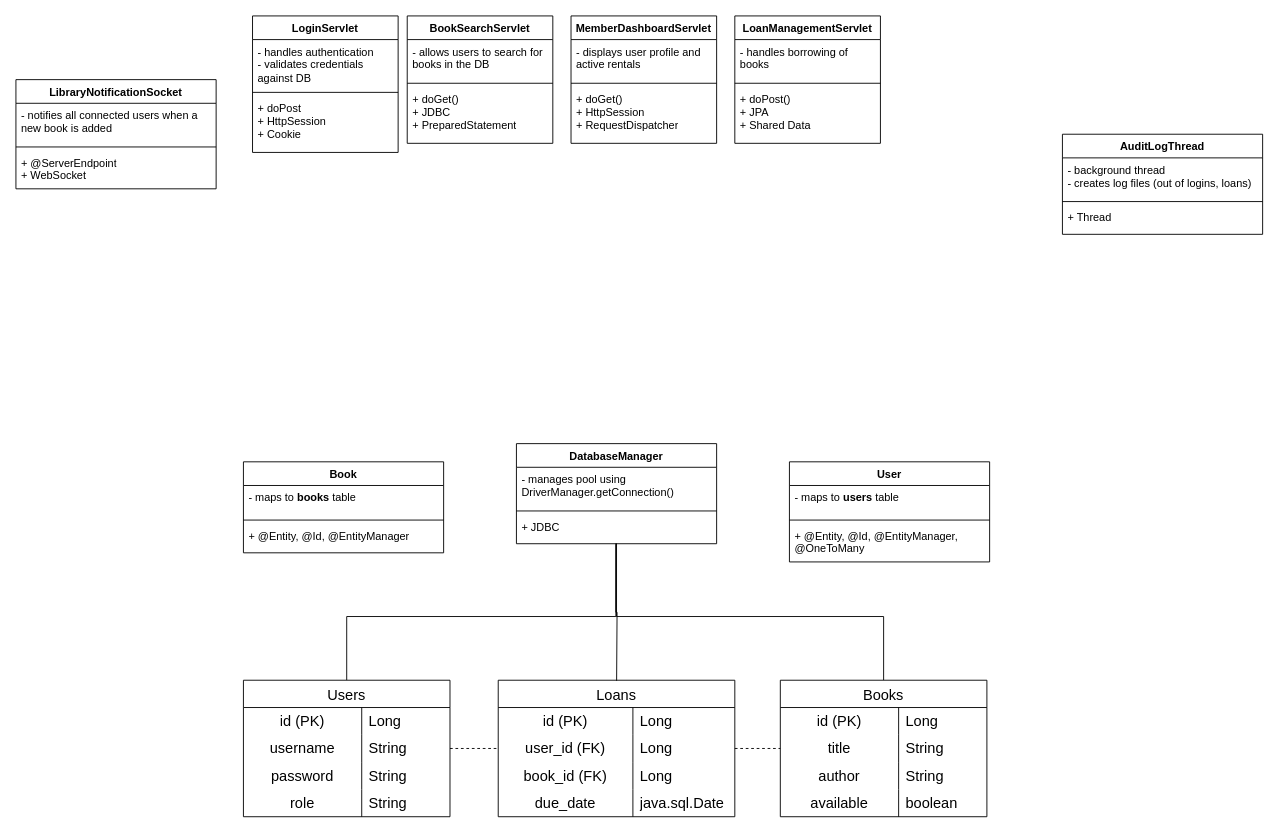
The draw.io diagram ProjectStructure.drawio in KubkoFrano/LibraryManagementSystem, before the edit. Source tidied: cells renumbered, new cells numbered last; positions are measured from the earlier drawing's top-left corner, leaving out a move shared by most shapes. Both pictures are drawn from the tidied source at 91%, with x=0, y=0 at pixel (15, 15).
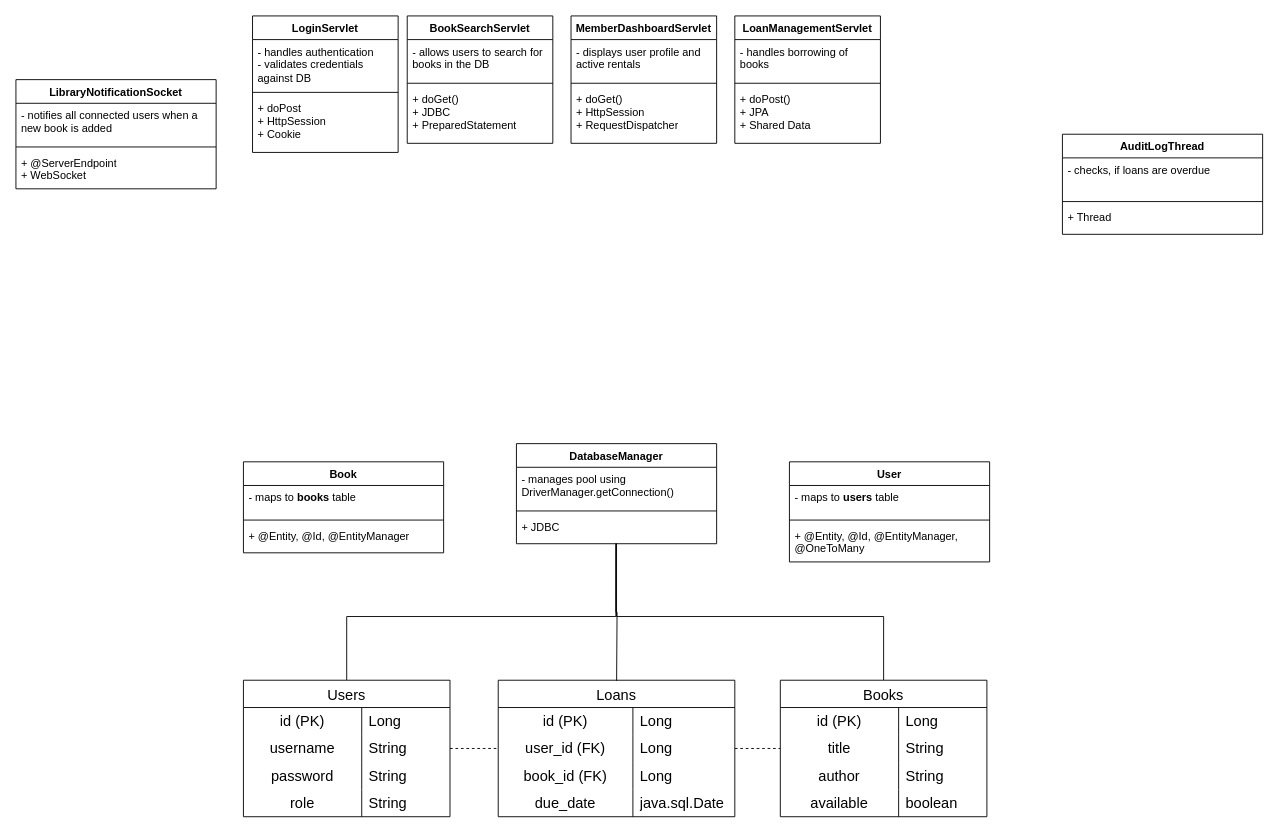
Above is the later version.

The change refers to these unchanged cells:
```xml
<mxCell id="34" value="AuditLogThread" style="swimlane;fontStyle=1;align=center;verticalAlign=top;horizontal=1;startSize=26;whiteSpace=wrap;html=1;" parent="1" vertex="1">
  <mxGeometry x="1150" y="130" width="220" height="110" as="geometry" />
</mxCell>
```

Diff of the diagram source:
```diff
@@
-    <mxCell id="35" value="- background thread&lt;div&gt;- creates log files (out of logins, loans)&lt;/div&gt;" style="text;strokeColor=none;fillColor=none;align=left;verticalAlign=top;spacingLeft=4;spacingRight=4;overflow=hidden;whiteSpace=wrap;html=1;" parent="34" vertex="1">
+    <mxCell id="35" value="- checks, if loans are overdue" style="text;strokeColor=none;fillColor=none;align=left;verticalAlign=top;spacingLeft=4;spacingRight=4;overflow=hidden;whiteSpace=wrap;html=1;" parent="34" vertex="1">
       <mxGeometry y="26" width="220" height="44" as="geometry" />
     </mxCell>
```
